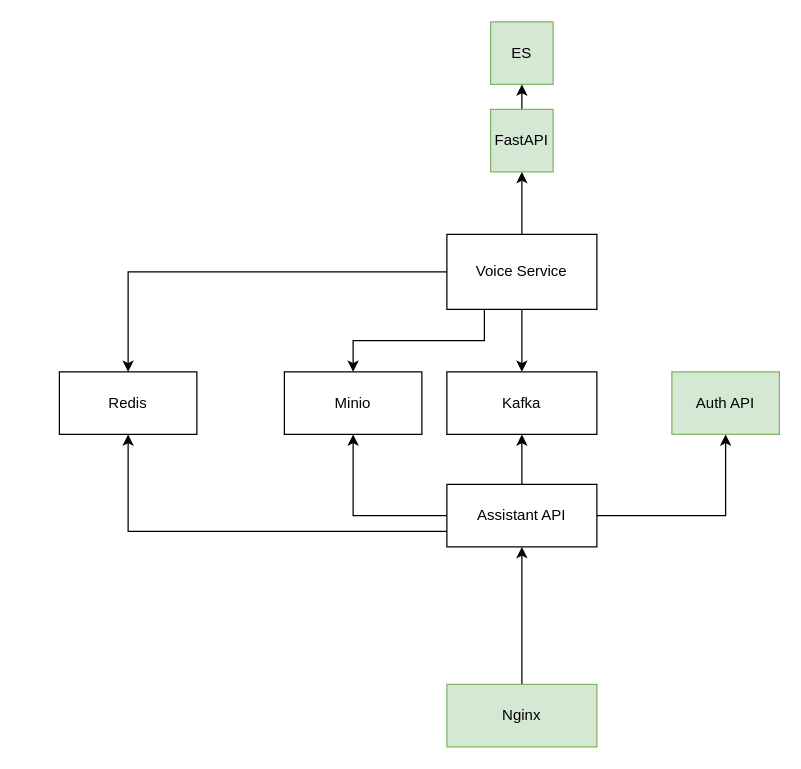
This is Копия Без названия.drawio from Quickaxe-Martina/schema, a draw.io file, before an edit. Source tidied: cells renumbered, new cells numbered last; positions are measured from the earlier drawing's top-left corner, leaving out a move shared by most shapes. Both pictures are drawn from the tidied source at 125%, with x=0, y=0 at pixel (59, 21).
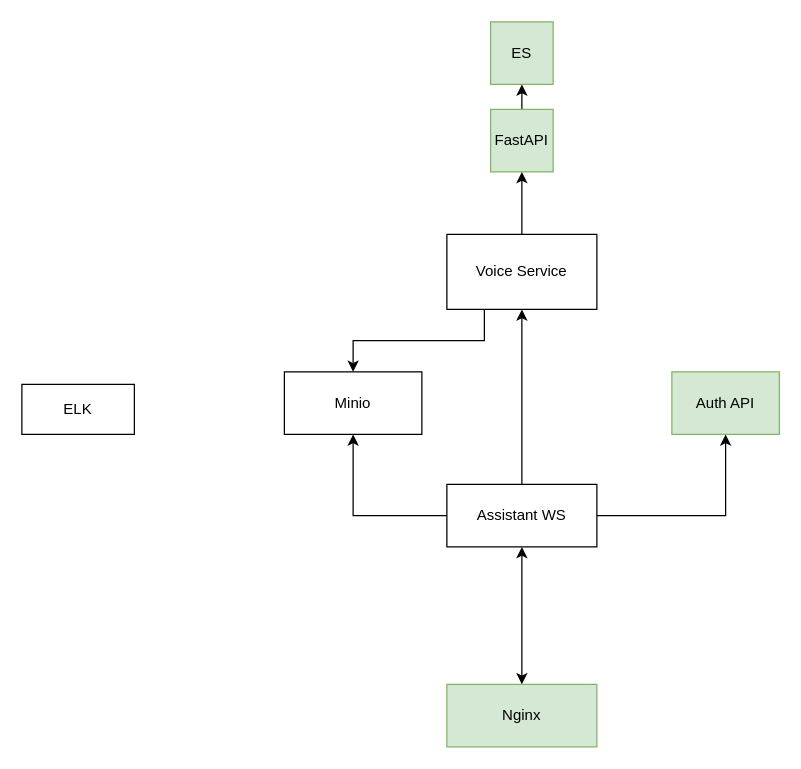
The same page after the edit.

Unchanged cells that the change refers to:
```xml
<mxCell id="11" value="Nginx" style="rounded=0;whiteSpace=wrap;html=1;strokeColor=#82b366;fontFamily=Helvetica;fontSize=12;fillColor=#d5e8d4;" parent="1" vertex="1">
  <mxGeometry x="310" y="530" width="120" height="50" as="geometry" />
</mxCell>
<mxCell id="18" value="Voice Service" style="rounded=0;whiteSpace=wrap;html=1;strokeColor=default;fontFamily=Helvetica;fontSize=12;fontColor=default;fillColor=default;" parent="1" vertex="1">
  <mxGeometry x="310" y="170" width="120" height="60" as="geometry" />
</mxCell>
```

The edit, as a diff of the source:
```diff
@@
-    <mxCell id="5" style="edgeStyle=orthogonalEdgeStyle;rounded=0;jettySize=auto;html=1;exitX=0.5;exitY=0;exitDx=0;exitDy=0;entryX=0.5;entryY=1;entryDx=0;entryDy=0;fontFamily=Helvetica;fontSize=12;fontColor=default;" parent="1" edge="1" source="9" target="13">
-      <mxGeometry relative="1" as="geometry" />
-    </mxCell>
@@
-    <mxCell id="7" style="edgeStyle=orthogonalEdgeStyle;rounded=0;jettySize=auto;html=1;exitX=0;exitY=0.75;exitDx=0;exitDy=0;entryX=0.5;entryY=1;entryDx=0;entryDy=0;fontFamily=Helvetica;fontSize=12;fontColor=default;" parent="1" edge="1" source="9" target="20">
-      <mxGeometry relative="1" as="geometry" />
-    </mxCell>
@@
-    <mxCell id="9" value="Assistant API" style="rounded=0;whiteSpace=wrap;html=1;" parent="1" vertex="1">
+    <mxCell id="9" value="Assistant WS" style="rounded=0;whiteSpace=wrap;html=1;" parent="1" vertex="1">
       <mxGeometry x="310" y="370" width="120" height="50" as="geometry" />
     </mxCell>
-    <mxCell id="10" style="edgeStyle=orthogonalEdgeStyle;rounded=0;jettySize=auto;html=1;exitX=0.5;exitY=0;exitDx=0;exitDy=0;entryX=0.5;entryY=1;entryDx=0;entryDy=0;fontFamily=Helvetica;fontSize=12;fontColor=default;" parent="1" edge="1" source="11" target="9">
-      <mxGeometry relative="1" as="geometry" />
-    </mxCell>
@@
-    <mxCell id="13" value="Kafka" style="rounded=0;whiteSpace=wrap;html=1;strokeColor=default;fontFamily=Helvetica;fontSize=12;fontColor=default;fillColor=default;" parent="1" vertex="1">
-      <mxGeometry x="310" y="280" width="120" height="50" as="geometry" />
-    </mxCell>
-    <mxCell id="14" style="edgeStyle=orthogonalEdgeStyle;rounded=0;jettySize=auto;html=1;exitX=0.5;exitY=1;exitDx=0;exitDy=0;entryX=0.5;entryY=0;entryDx=0;entryDy=0;fontFamily=Helvetica;fontSize=12;fontColor=default;" parent="1" edge="1" source="18" target="13">
-      <mxGeometry relative="1" as="geometry" />
-    </mxCell>
@@
-    <mxCell id="16" style="edgeStyle=orthogonalEdgeStyle;rounded=0;jettySize=auto;html=1;exitX=0;exitY=0.5;exitDx=0;exitDy=0;entryX=0.5;entryY=0;entryDx=0;entryDy=0;fontFamily=Helvetica;fontSize=12;fontColor=default;" parent="1" edge="1" source="18" target="20">
-      <mxGeometry relative="1" as="geometry" />
-    </mxCell>
@@
-    <mxCell id="20" value="Redis" style="rounded=0;whiteSpace=wrap;html=1;strokeColor=default;fontFamily=Helvetica;fontSize=12;fontColor=default;fillColor=default;" parent="1" vertex="1">
-      <mxGeometry y="280" width="110" height="50" as="geometry" />
-    </mxCell>
+    <mxCell id="10" style="endArrow=classic;startArrow=classic;html=1;rounded=0;entryX=0.5;entryY=1;entryDx=0;entryDy=0;" parent="1" edge="1" source="11" target="9">
+      <mxGeometry relative="1" as="geometry" />
+    </mxCell>
+    <mxCell id="21" style="endArrow=classic;html=1;rounded=0;entryX=0.5;entryY=1;entryDx=0;entryDy=0;exitX=0.5;exitY=0;exitDx=0;exitDy=0;" parent="1" edge="1" source="9" target="18">
+      <mxGeometry relative="1" as="geometry" />
+    </mxCell>
+    <mxCell id="22" value="ELK" style="rounded=0;whiteSpace=wrap;html=1;" parent="1" vertex="1">
+      <mxGeometry x="-30" y="290" width="90" height="40" as="geometry" />
+    </mxCell>
```
